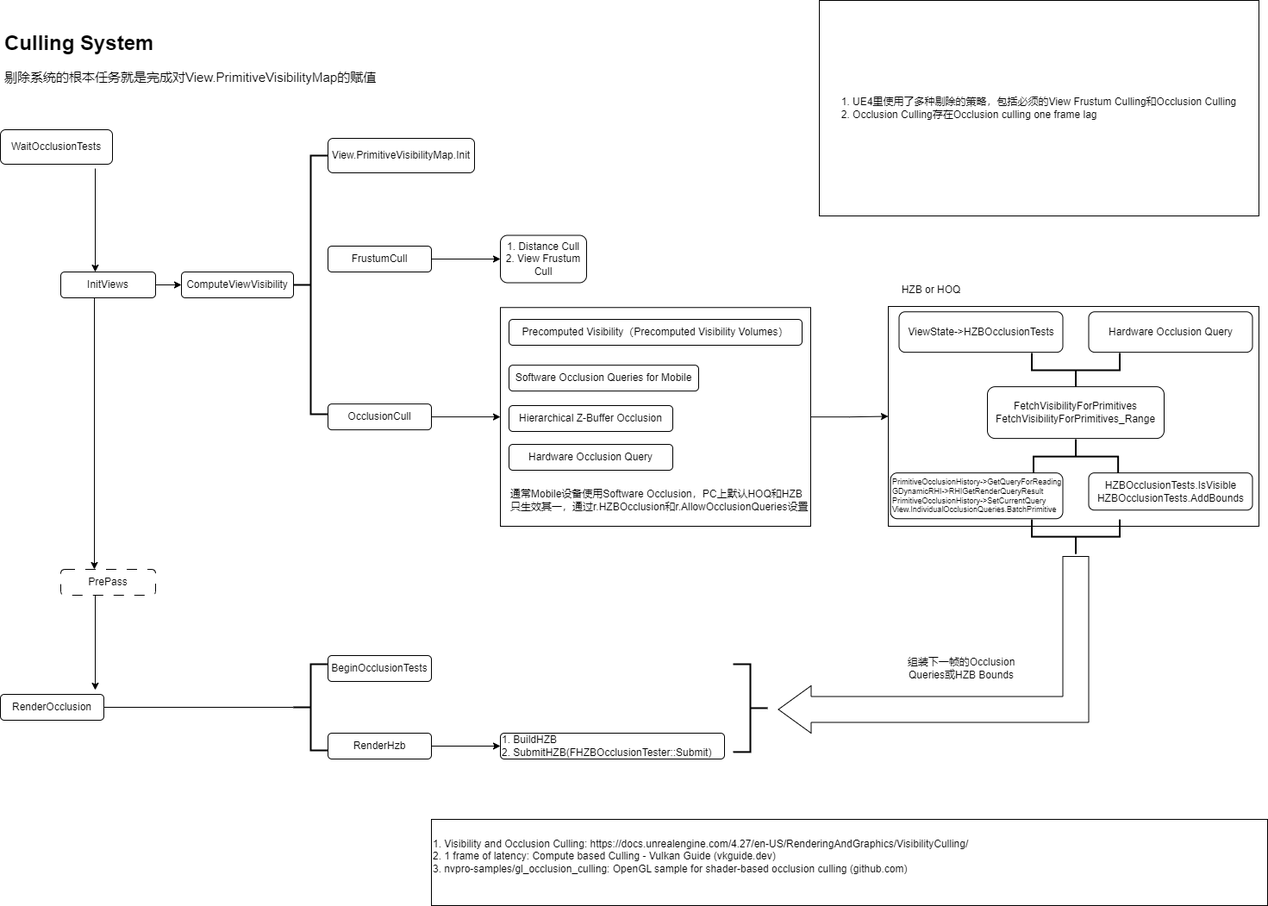
Earlier version of the draw.io export images/CullingSystem.png (cedarz/UE4Gram). Source tidied: cells renumbered, new cells last; positions are measured from the earlier drawing's top-left corner, leaving out a move shared by most shapes.
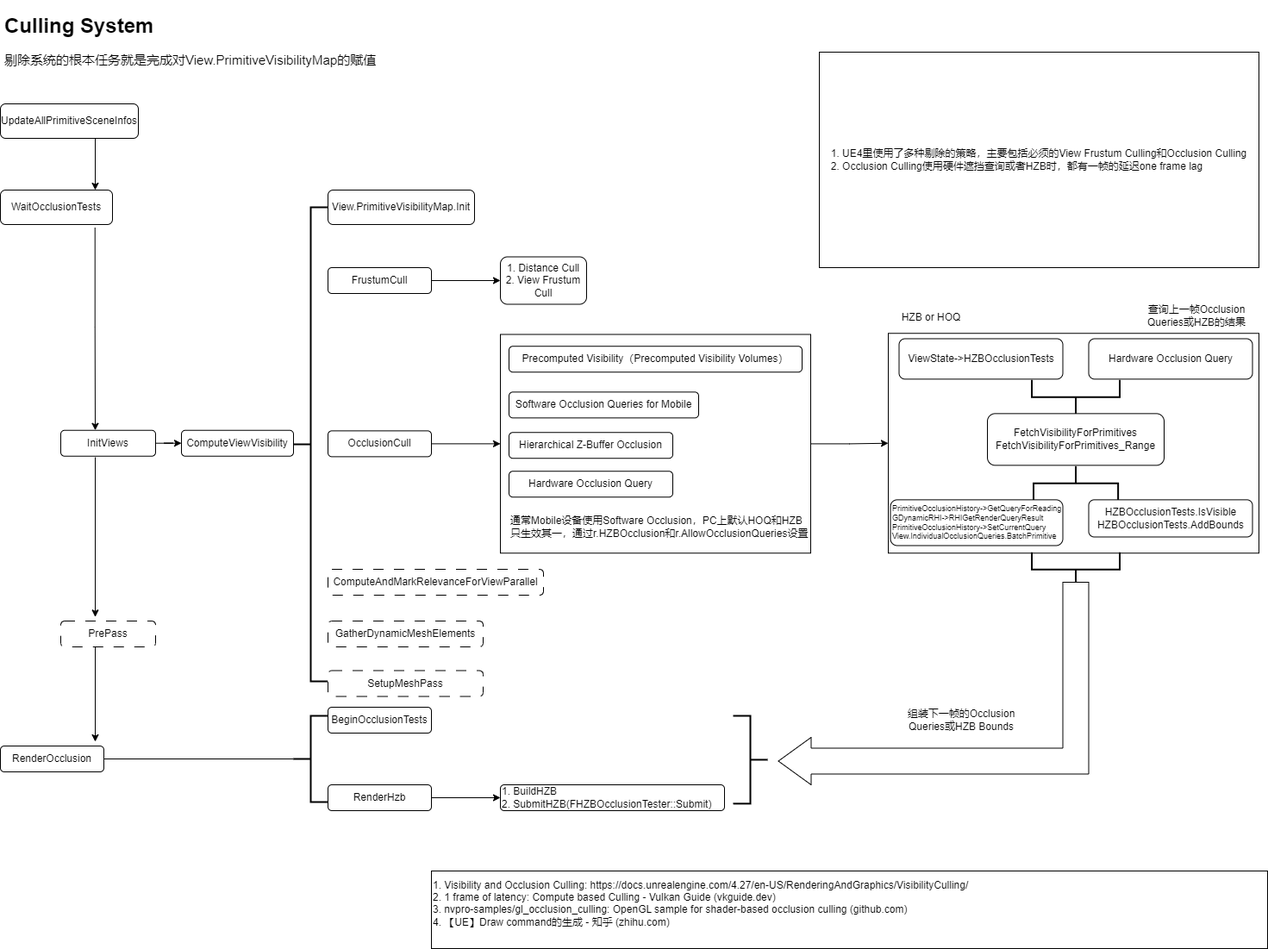
Above is the later version.

Diff of the diagram source:
```diff
@@ -2,29 +2,17 @@
   <root>
     <mxCell id="0" />
     <mxCell id="1" parent="0" />
-    <mxCell id="2" style="edgeStyle=orthogonalEdgeStyle;rounded=0;orthogonalLoop=1;jettySize=auto;html=1;" parent="1" edge="1">
-      <mxGeometry relative="1" as="geometry">
-        <mxPoint x="110" y="195" as="sourcePoint" />
-        <mxPoint x="110" y="315" as="targetPoint" />
-      </mxGeometry>
-    </mxCell>
     <mxCell id="3" value="WaitOcclusionTests" style="rounded=1;whiteSpace=wrap;html=1;" parent="1" vertex="1">
-      <mxGeometry y="150" width="130" height="40" as="geometry" />
+      <mxGeometry y="160" width="130" height="40" as="geometry" />
     </mxCell>
     <mxCell id="4" style="edgeStyle=orthogonalEdgeStyle;rounded=0;jettySize=auto;html=1;" parent="1" edge="1" source="6" target="7">
       <mxGeometry relative="1" as="geometry" />
     </mxCell>
-    <mxCell id="5" style="edgeStyle=orthogonalEdgeStyle;rounded=0;orthogonalLoop=1;jettySize=auto;html=1;" parent="1" edge="1">
-      <mxGeometry relative="1" as="geometry">
-        <mxPoint x="109" y="345" as="sourcePoint" />
-        <mxPoint x="109" y="660" as="targetPoint" />
-      </mxGeometry>
-    </mxCell>
     <mxCell id="6" value="InitViews" style="rounded=1;whiteSpace=wrap;html=1;" parent="1" vertex="1">
-      <mxGeometry x="70" y="315" width="110" height="30" as="geometry" />
+      <mxGeometry x="70" y="438.7" width="110" height="30" as="geometry" />
     </mxCell>
     <mxCell id="7" value="ComputeViewVisibility" style="rounded=1;whiteSpace=wrap;html=1;" parent="1" vertex="1">
-      <mxGeometry x="210" y="315" width="130" height="30" as="geometry" />
+      <mxGeometry x="210" y="438.7" width="130" height="30" as="geometry" />
     </mxCell>
     <mxCell id="8" value="View.PrimitiveVisibilityMap.Init" style="rounded=1;whiteSpace=wrap;html=1;" parent="1" vertex="1">
       <mxGeometry x="380" y="160" width="170" height="40" as="geometry" />
@@ -33,70 +21,70 @@
       <mxGeometry relative="1" as="geometry" />
     </mxCell>
     <mxCell id="10" value="FrustumCull" style="rounded=1;whiteSpace=wrap;html=1;" parent="1" vertex="1">
-      <mxGeometry x="380" y="285" width="120" height="30" as="geometry" />
+      <mxGeometry x="380" y="250" width="120" height="30" as="geometry" />
     </mxCell>
     <mxCell id="11" style="edgeStyle=orthogonalEdgeStyle;rounded=0;jettySize=auto;html=1;entryX=0;entryY=0.5;entryDx=0;entryDy=0;" parent="1" edge="1" source="12" target="15">
       <mxGeometry relative="1" as="geometry" />
     </mxCell>
     <mxCell id="12" value="OcclusionCull" style="rounded=1;whiteSpace=wrap;html=1;" parent="1" vertex="1">
-      <mxGeometry x="380" y="468.1" width="120" height="30" as="geometry" />
+      <mxGeometry x="380" y="439.4" width="120" height="30" as="geometry" />
     </mxCell>
     <mxCell id="13" value="1. Distance Cull&lt;br&gt;2. View Frustum Cull" style="whiteSpace=wrap;html=1;rounded=1;" parent="1" vertex="1">
-      <mxGeometry x="580" y="272.5" width="100" height="55" as="geometry" />
+      <mxGeometry x="580" y="237.5" width="100" height="55" as="geometry" />
     </mxCell>
     <mxCell id="14" style="edgeStyle=orthogonalEdgeStyle;rounded=0;jettySize=auto;html=1;entryX=0;entryY=0.5;entryDx=0;entryDy=0;" parent="1" edge="1" source="15" target="22">
       <mxGeometry relative="1" as="geometry" />
     </mxCell>
     <mxCell id="15" style="rounded=0;whiteSpace=wrap;html=1;fillColor=none;" parent="1" vertex="1">
-      <mxGeometry x="580" y="356.2" width="360" height="253.8" as="geometry" />
+      <mxGeometry x="580" y="327.5" width="360" height="253.8" as="geometry" />
     </mxCell>
     <mxCell id="16" value="Precomputed Visibility（Precomputed Visibility Volumes）" style="rounded=1;whiteSpace=wrap;html=1;" parent="1" vertex="1">
-      <mxGeometry x="590" y="370" width="340" height="30" as="geometry" />
+      <mxGeometry x="590" y="341.2" width="340" height="30" as="geometry" />
     </mxCell>
     <mxCell id="17" value="Software Occlusion&amp;nbsp;Queries for Mobile" style="rounded=1;whiteSpace=wrap;html=1;align=center;" parent="1" vertex="1">
-      <mxGeometry x="590" y="423.1" width="220" height="30" as="geometry" />
+      <mxGeometry x="590" y="394.4" width="220" height="30" as="geometry" />
     </mxCell>
     <mxCell id="18" value="Hierarchical Z-Buffer Occlusion" style="rounded=1;whiteSpace=wrap;html=1;align=center;" parent="1" vertex="1">
-      <mxGeometry x="590" y="470" width="190" height="30" as="geometry" />
+      <mxGeometry x="590" y="441.2" width="190" height="30" as="geometry" />
     </mxCell>
     <mxCell id="19" value="Hardware Occlusion Query" style="rounded=1;whiteSpace=wrap;html=1;align=center;" parent="1" vertex="1">
-      <mxGeometry x="590" y="515" width="190" height="30" as="geometry" />
+      <mxGeometry x="590" y="486.2" width="190" height="30" as="geometry" />
     </mxCell>
     <mxCell id="20" value="通常Mobile设备使用Software Occlusion，PC上默认HOQ和HZB只生效其一，通过r.HZBOcclusion和r.AllowOcclusionQueries设置" style="text;html=1;strokeColor=none;fillColor=none;align=left;verticalAlign=middle;whiteSpace=wrap;rounded=0;" parent="1" vertex="1">
-      <mxGeometry x="590" y="550" width="350" height="60" as="geometry" />
+      <mxGeometry x="590" y="521.2" width="350" height="60" as="geometry" />
     </mxCell>
     <mxCell id="21" value="&lt;h1&gt;Culling System&lt;/h1&gt;&lt;p style=&quot;font-size: 15px;&quot;&gt;剔除系统的根本任务就是完成对View.PrimitiveVisibilityMap的赋值&lt;br&gt;&lt;/p&gt;" style="text;html=1;strokeColor=none;fillColor=none;spacing=5;spacingTop=-20;whiteSpace=wrap;overflow=hidden;rounded=0;" parent="1" vertex="1">
-      <mxGeometry y="30" width="460" height="100" as="geometry" />
+      <mxGeometry y="-50" width="460" height="100" as="geometry" />
     </mxCell>
     <mxCell id="22" style="rounded=0;whiteSpace=wrap;html=1;fillColor=none;" parent="1" vertex="1">
-      <mxGeometry x="1030" y="355" width="430" height="255" as="geometry" />
+      <mxGeometry x="1030" y="326.2" width="430" height="255" as="geometry" />
     </mxCell>
     <mxCell id="23" value="ViewState-&amp;gt;HZBOcclusionTests" style="rounded=1;whiteSpace=wrap;html=1;" parent="1" vertex="1">
-      <mxGeometry x="1042.5" y="361.2" width="190" height="46.9" as="geometry" />
+      <mxGeometry x="1042.5" y="332.5" width="190" height="46.9" as="geometry" />
     </mxCell>
     <mxCell id="24" value="HZB or HOQ" style="text;html=1;strokeColor=none;fillColor=none;align=center;verticalAlign=middle;whiteSpace=wrap;rounded=0;" parent="1" vertex="1">
-      <mxGeometry x="1040" y="321.3" width="80" height="30" as="geometry" />
+      <mxGeometry x="1040" y="292.5" width="80" height="30" as="geometry" />
     </mxCell>
     <mxCell id="25" value="Hardware Occlusion Query" style="rounded=1;whiteSpace=wrap;html=1;" parent="1" vertex="1">
-      <mxGeometry x="1262.5" y="361.2" width="190" height="46.9" as="geometry" />
+      <mxGeometry x="1262.5" y="332.5" width="190" height="46.9" as="geometry" />
     </mxCell>
     <mxCell id="26" style="strokeWidth=2;html=1;shape=mxgraph.flowchart.annotation_2;align=left;labelPosition=right;rotation=-90;" parent="1" vertex="1">
-      <mxGeometry x="1227.5" y="378.1" width="40" height="101.9" as="geometry" />
+      <mxGeometry x="1227.5" y="349.4" width="40" height="101.9" as="geometry" />
     </mxCell>
     <mxCell id="27" value="FetchVisibilityForPrimitives&lt;br&gt;FetchVisibilityForPrimitives_Range" style="rounded=1;whiteSpace=wrap;html=1;" parent="1" vertex="1">
-      <mxGeometry x="1145" y="448.1" width="205" height="60" as="geometry" />
+      <mxGeometry x="1145" y="419.4" width="205" height="60" as="geometry" />
     </mxCell>
     <mxCell id="28" style="strokeWidth=2;html=1;shape=mxgraph.flowchart.annotation_2;align=left;labelPosition=right;rotation=90;" parent="1" vertex="1">
-      <mxGeometry x="1227.5" y="480" width="40" height="98.1" as="geometry" />
+      <mxGeometry x="1227.5" y="451.2" width="40" height="98.1" as="geometry" />
     </mxCell>
     <mxCell id="29" value="PrimitiveOcclusionHistory-&amp;gt;GetQueryForReading&lt;br style=&quot;font-size: 9px;&quot;&gt;GDynamicRHI-&amp;gt;RHIGetRenderQueryResult&lt;br&gt;PrimitiveOcclusionHistory-&amp;gt;SetCurrentQuery&lt;br&gt;View.IndividualOcclusionQueries.BatchPrimitive&lt;br&gt;" style="rounded=1;whiteSpace=wrap;html=1;align=left;fontSize=9;" parent="1" vertex="1">
-      <mxGeometry x="1032.5" y="548.1" width="200" height="53.1" as="geometry" />
+      <mxGeometry x="1032.5" y="519.4" width="200" height="53.1" as="geometry" />
     </mxCell>
     <mxCell id="30" value="HZBOcclusionTests.IsVisible&lt;br&gt;HZBOcclusionTests.AddBounds" style="rounded=1;whiteSpace=wrap;html=1;" parent="1" vertex="1">
-      <mxGeometry x="1262.5" y="548.1" width="190" height="43.1" as="geometry" />
+      <mxGeometry x="1262.5" y="519.4" width="190" height="43.1" as="geometry" />
     </mxCell>
     <mxCell id="31" style="strokeWidth=2;html=1;shape=mxgraph.flowchart.annotation_2;align=left;labelPosition=right;rotation=-90;" parent="1" vertex="1">
-      <mxGeometry x="1227.5" y="571.2" width="40" height="101.9" as="geometry" />
+      <mxGeometry x="1227.5" y="549.4" width="40" height="101.9" as="geometry" />
     </mxCell>
     <mxCell id="32" value="PrePass" style="rounded=1;whiteSpace=wrap;html=1;dashed=1;dashPattern=12 12;" parent="1" vertex="1">
       <mxGeometry x="70" y="660" width="110" height="30" as="geometry" />
@@ -117,7 +105,7 @@
       <mxGeometry x="580" y="850" width="260" height="30" as="geometry" />
     </mxCell>
     <mxCell id="38" style="strokeWidth=2;html=1;shape=mxgraph.flowchart.annotation_2;align=left;labelPosition=right;rotation=0;" parent="1" vertex="1">
-      <mxGeometry x="340" y="180" width="40" height="300" as="geometry" />
+      <mxGeometry x="340" y="180" width="40" height="550" as="geometry" />
     </mxCell>
     <mxCell id="39" style="strokeWidth=2;html=1;shape=mxgraph.flowchart.annotation_2;align=left;labelPosition=right;rotation=0;" parent="1" vertex="1">
       <mxGeometry x="340" y="770" width="40" height="100" as="geometry" />
@@ -134,7 +122,7 @@
       </mxGeometry>
     </mxCell>
     <mxCell id="42" style="html=1;shadow=0;dashed=0;align=center;verticalAlign=middle;shape=mxgraph.arrows2.bendArrow;dy=15;dx=38;notch=0;arrowHead=55;rounded=0;rotation=-180;" parent="1" vertex="1">
-      <mxGeometry x="902.5" y="645" width="360" height="205" as="geometry" />
+      <mxGeometry x="902.5" y="615" width="360" height="235" as="geometry" />
     </mxCell>
     <mxCell id="43" style="strokeWidth=2;html=1;shape=mxgraph.flowchart.annotation_2;align=left;labelPosition=right;rotation=-180;" parent="1" vertex="1">
       <mxGeometry x="850" y="770" width="40" height="101.9" as="geometry" />
@@ -142,11 +130,43 @@
     <mxCell id="44" value="组装下一帧的Occlusion Queries或HZB Bounds" style="text;html=1;strokeColor=none;fillColor=none;align=center;verticalAlign=middle;whiteSpace=wrap;rounded=0;" parent="1" vertex="1">
       <mxGeometry x="1050" y="755" width="130" height="40" as="geometry" />
     </mxCell>
-    <mxCell id="45" value="1. UE4里使用了多种剔除的策略，包括必须的View Frustum Culling和Occlusion Culling&lt;br&gt;&lt;div style=&quot;text-align: left;&quot;&gt;&lt;span style=&quot;background-color: initial;&quot;&gt;2. Occlusion Culling存在&lt;/span&gt;&lt;span style=&quot;background-color: initial;&quot;&gt;Occlusion culling one frame lag&lt;/span&gt;&lt;/div&gt;" style="rounded=0;whiteSpace=wrap;html=1;" parent="1" vertex="1">
+    <mxCell id="45" value="1. UE4里使用了多种剔除的策略，主要包括必须的View Frustum Culling和Occlusion Culling&lt;br&gt;&lt;div style=&quot;text-align: left;&quot;&gt;&lt;span style=&quot;background-color: initial;&quot;&gt;2. Occlusion Culling使用硬件遮挡查询或者HZB时，都有一帧的延迟&lt;/span&gt;&lt;span style=&quot;background-color: initial;&quot;&gt;one frame lag&lt;/span&gt;&lt;/div&gt;" style="rounded=0;whiteSpace=wrap;html=1;" parent="1" vertex="1">
       <mxGeometry x="950" width="510" height="250" as="geometry" />
     </mxCell>
-    <mxCell id="46" value="1.&amp;nbsp;&lt;a href=&quot;https://docs.unrealengine.com/4.27/en-US/RenderingAndGraphics/VisibilityCulling/&quot;&gt;Visibility and Occlusion Culling&lt;/a&gt;: https://docs.unrealengine.com/4.27/en-US/RenderingAndGraphics/VisibilityCulling/&lt;br&gt;2.&amp;nbsp;1 frame of latency:&amp;nbsp;&lt;a href=&quot;https://vkguide.dev/docs/gpudriven/compute_culling/&quot;&gt;Compute based Culling - Vulkan Guide (vkguide.dev)&lt;/a&gt;&lt;br&gt;3.&amp;nbsp;&lt;a href=&quot;https://github.com/nvpro-samples/gl_occlusion_culling&quot;&gt;nvpro-samples/gl_occlusion_culling: OpenGL sample for shader-based occlusion culling (github.com)&lt;/a&gt;&lt;br&gt;&amp;nbsp;" style="rounded=0;whiteSpace=wrap;html=1;align=left;" parent="1" vertex="1">
-      <mxGeometry x="500" y="950" width="970" height="100" as="geometry" />
+    <mxCell id="46" value="1.&amp;nbsp;&lt;a href=&quot;https://docs.unrealengine.com/4.27/en-US/RenderingAndGraphics/VisibilityCulling/&quot;&gt;Visibility and Occlusion Culling&lt;/a&gt;: https://docs.unrealengine.com/4.27/en-US/RenderingAndGraphics/VisibilityCulling/&lt;br&gt;2.&amp;nbsp;1 frame of latency:&amp;nbsp;&lt;a href=&quot;https://vkguide.dev/docs/gpudriven/compute_culling/&quot;&gt;Compute based Culling - Vulkan Guide (vkguide.dev)&lt;/a&gt;&lt;br&gt;3.&amp;nbsp;&lt;a href=&quot;https://github.com/nvpro-samples/gl_occlusion_culling&quot;&gt;nvpro-samples/gl_occlusion_culling: OpenGL sample for shader-based occlusion culling (github.com)&lt;/a&gt;&lt;br&gt;4.&amp;nbsp;&lt;a href=&quot;https://zhuanlan.zhihu.com/p/566148805&quot;&gt;【UE】Draw command的生成 - 知乎 (zhihu.com)&lt;/a&gt;&lt;br&gt;&amp;nbsp;" style="rounded=0;whiteSpace=wrap;html=1;align=left;" parent="1" vertex="1">
+      <mxGeometry x="500" y="950" width="970" height="90" as="geometry" />
     </mxCell>
+    <mxCell id="47" value="查询上一帧Occlusion Queries或HZB的结果" style="text;html=1;strokeColor=none;fillColor=none;align=center;verticalAlign=middle;whiteSpace=wrap;rounded=0;" parent="1" vertex="1">
+      <mxGeometry x="1322.5" y="286.2" width="130" height="40" as="geometry" />
+    </mxCell>
+    <mxCell id="48" value="UpdateAllPrimitiveSceneInfos" style="rounded=1;whiteSpace=wrap;html=1;" parent="1" vertex="1">
+      <mxGeometry y="60" width="160" height="40" as="geometry" />
+    </mxCell>
+    <mxCell id="49" style="edgeStyle=orthogonalEdgeStyle;rounded=0;orthogonalLoop=1;jettySize=auto;html=1;" parent="1" edge="1">
+      <mxGeometry relative="1" as="geometry">
+        <mxPoint x="110" y="100" as="sourcePoint" />
+        <mxPoint x="110" y="160" as="targetPoint" />
+      </mxGeometry>
+    </mxCell>
+    <mxCell id="50" value="ComputeAndMarkRelevanceForViewParallel" style="rounded=1;whiteSpace=wrap;html=1;dashed=1;dashPattern=12 12;" parent="1" vertex="1">
+      <mxGeometry x="380" y="600" width="250" height="30" as="geometry" />
+    </mxCell>
+    <mxCell id="51" value="GatherDynamicMeshElements" style="rounded=1;whiteSpace=wrap;html=1;dashed=1;dashPattern=12 12;" parent="1" vertex="1">
+      <mxGeometry x="380" y="660" width="180" height="30" as="geometry" />
+    </mxCell>
+    <mxCell id="52" value="SetupMeshPass" style="rounded=1;whiteSpace=wrap;html=1;dashed=1;dashPattern=12 12;" parent="1" vertex="1">
+      <mxGeometry x="380" y="717.5" width="180" height="30" as="geometry" />
+    </mxCell>
+    <mxCell id="53" style="edgeStyle=orthogonalEdgeStyle;rounded=0;orthogonalLoop=1;jettySize=auto;html=1;" parent="1" edge="1">
+      <mxGeometry relative="1" as="geometry">
+        <mxPoint x="110" y="470" as="sourcePoint" />
+        <mxPoint x="110" y="655.3" as="targetPoint" />
+      </mxGeometry>
+    </mxCell>
+    <mxCell id="54" style="edgeStyle=orthogonalEdgeStyle;rounded=0;jettySize=auto;html=1;exitX=0.844;exitY=1.092;exitDx=0;exitDy=0;exitPerimeter=0;" parent="1" edge="1" source="3">
+      <mxGeometry relative="1" as="geometry">
+        <mxPoint x="110" y="438.7" as="targetPoint" />
+      </mxGeometry>
+    </mxCell>
   </root>
 </mxGraphModel>
```
